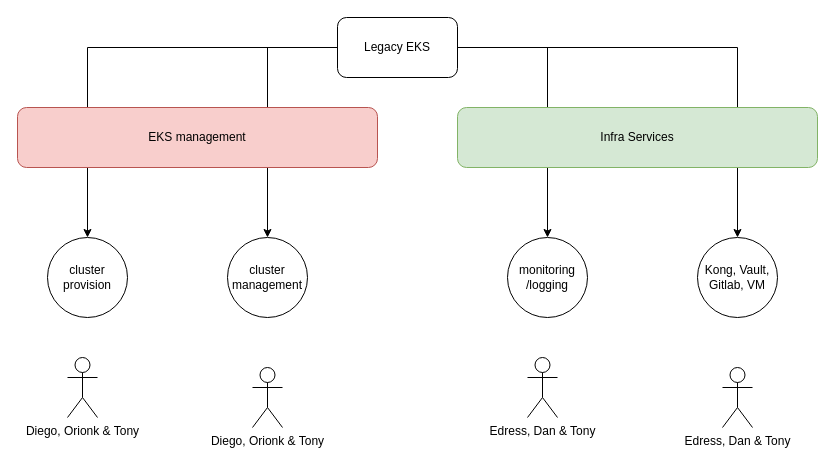
This is duty_map.drawio from jiangtao7/draw.io, a draw.io file, before an edit. Source tidied: cells renumbered, new cells numbered last; positions are measured from the earlier drawing's top-left corner, leaving out a move shared by most shapes. Both pictures are drawn from the tidied source at 100%, with x=0, y=0 at pixel (17, 17).
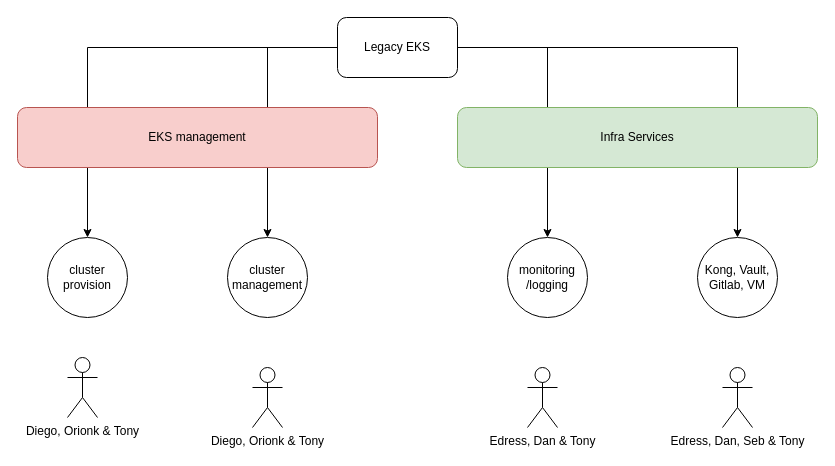
The same diagram, later.

Diff of the diagram source:
```diff
@@
 <mxGraphModel>
   <root>
     <mxCell id="0" />
     <mxCell id="1" parent="0" />
     <mxCell id="2" style="edgeStyle=orthogonalEdgeStyle;rounded=0;jettySize=auto;html=1;entryX=0.5;entryY=0;entryDx=0;entryDy=0;" parent="1" edge="1" source="6" target="7">
       <mxGeometry relative="1" as="geometry" />
     </mxCell>
     <mxCell id="3" style="edgeStyle=orthogonalEdgeStyle;rounded=0;jettySize=auto;html=1;entryX=0.5;entryY=0;entryDx=0;entryDy=0;" parent="1" edge="1" source="6" target="8">
       <mxGeometry relative="1" as="geometry" />
     </mxCell>
     <mxCell id="4" style="edgeStyle=orthogonalEdgeStyle;rounded=0;jettySize=auto;html=1;entryX=0.5;entryY=0;entryDx=0;entryDy=0;" parent="1" edge="1" source="6" target="9">
       <mxGeometry relative="1" as="geometry" />
     </mxCell>
     <mxCell id="5" style="edgeStyle=orthogonalEdgeStyle;rounded=0;jettySize=auto;html=1;entryX=0.5;entryY=0;entryDx=0;entryDy=0;" parent="1" edge="1" source="6" target="10">
       <mxGeometry relative="1" as="geometry" />
     </mxCell>
     <mxCell id="6" value="Legacy EKS" style="rounded=1;whiteSpace=wrap;html=1;" parent="1" vertex="1">
       <mxGeometry x="320" width="120" height="60" as="geometry" />
     </mxCell>
     <mxCell id="7" value="cluster provision" style="ellipse;whiteSpace=wrap;html=1;" parent="1" vertex="1">
       <mxGeometry x="30" y="220" width="80" height="80" as="geometry" />
     </mxCell>
     <mxCell id="8" value="cluster management" style="ellipse;whiteSpace=wrap;html=1;" parent="1" vertex="1">
       <mxGeometry x="210" y="220" width="80" height="80" as="geometry" />
     </mxCell>
     <mxCell id="9" value="monitoring&lt;br&gt;/logging" style="ellipse;whiteSpace=wrap;html=1;" parent="1" vertex="1">
       <mxGeometry x="490" y="220" width="80" height="80" as="geometry" />
     </mxCell>
     <mxCell id="10" value="Kong, Vault, Gitlab, VM" style="ellipse;whiteSpace=wrap;html=1;" parent="1" vertex="1">
       <mxGeometry x="680" y="220" width="80" height="80" as="geometry" />
     </mxCell>
     <mxCell id="11" value="Diego, Orionk &amp;amp; Tony" style="shape=umlActor;verticalLabelPosition=bottom;verticalAlign=top;html=1;" parent="1" vertex="1">
       <mxGeometry x="50" y="340" width="30" height="60" as="geometry" />
     </mxCell>
     <mxCell id="12" value="Diego, Orionk &amp;amp; Tony" style="shape=umlActor;verticalLabelPosition=bottom;verticalAlign=top;html=1;" parent="1" vertex="1">
       <mxGeometry x="235" y="350" width="30" height="60" as="geometry" />
     </mxCell>
     <mxCell id="13" value="Edress, Dan &amp;amp; Tony" style="shape=umlActor;verticalLabelPosition=bottom;verticalAlign=top;html=1;" parent="1" vertex="1">
-      <mxGeometry x="510" y="340" width="30" height="60" as="geometry" />
+      <mxGeometry x="510" y="350" width="30" height="60" as="geometry" />
     </mxCell>
-    <mxCell id="14" value="Edress, Dan &amp;amp; Tony" style="shape=umlActor;verticalLabelPosition=bottom;verticalAlign=top;html=1;" parent="1" vertex="1">
+    <mxCell id="14" value="Edress, Dan, Seb &amp;amp; Tony" style="shape=umlActor;verticalLabelPosition=bottom;verticalAlign=top;html=1;" parent="1" vertex="1">
       <mxGeometry x="705" y="350" width="30" height="60" as="geometry" />
     </mxCell>
     <mxCell id="15" value="Infra Services" style="rounded=1;whiteSpace=wrap;html=1;fillColor=#d5e8d4;strokeColor=#82b366;" parent="1" vertex="1">
       <mxGeometry x="440" y="90" width="360" height="60" as="geometry" />
     </mxCell>
     <mxCell id="16" value="EKS management" style="rounded=1;whiteSpace=wrap;html=1;fillColor=#f8cecc;strokeColor=#b85450;" parent="1" vertex="1">
       <mxGeometry y="90" width="360" height="60" as="geometry" />
     </mxCell>
   </root>
 </mxGraphModel>
```
